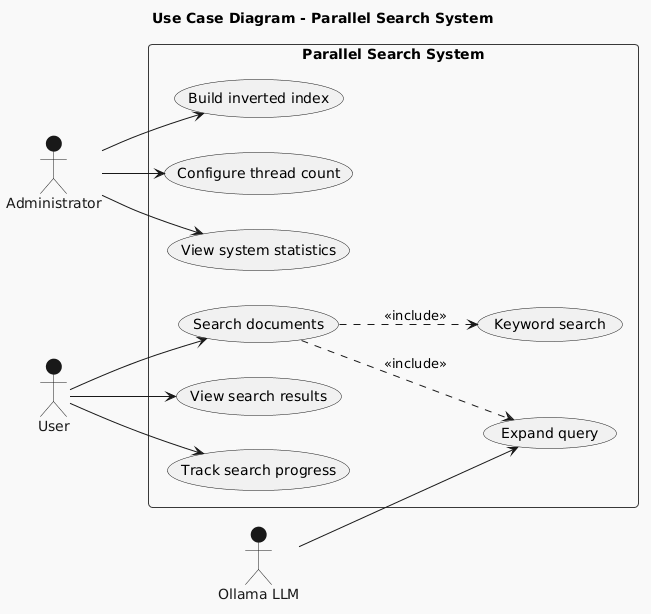
Above: diagrams/Use Case Diagram - Parallel Search System.png in bebroidrur/Coursework_Parallel_Computing (PlantUML), before the change. Its diagram source:
```plantuml
@startuml
!theme mars
left to right direction
skinparam packageStyle rectangle
skinparam shadowing false

title Use Case Diagram - Parallel Search System

actor "Administrator" as Admin
actor "User" as User
actor "Ollama LLM" as LLM

rectangle "Parallel Search System" {

  usecase "Build inverted index" as UC1
  usecase "Configure thread count" as UC2
  usecase "View system statistics" as UC3

  usecase "Search documents" as UC4
  usecase "Expand query" as UC5
  usecase "Keyword search" as UC6
  usecase "View search results" as UC7
  usecase "Track search progress" as UC8

}

Admin --> UC1
Admin --> UC2
Admin --> UC3

User --> UC4
User --> UC7
User --> UC8

UC4 ..> UC5 : <<include>>
UC4 ..> UC6 : <<include>>

LLM --> UC5
@enduml
```
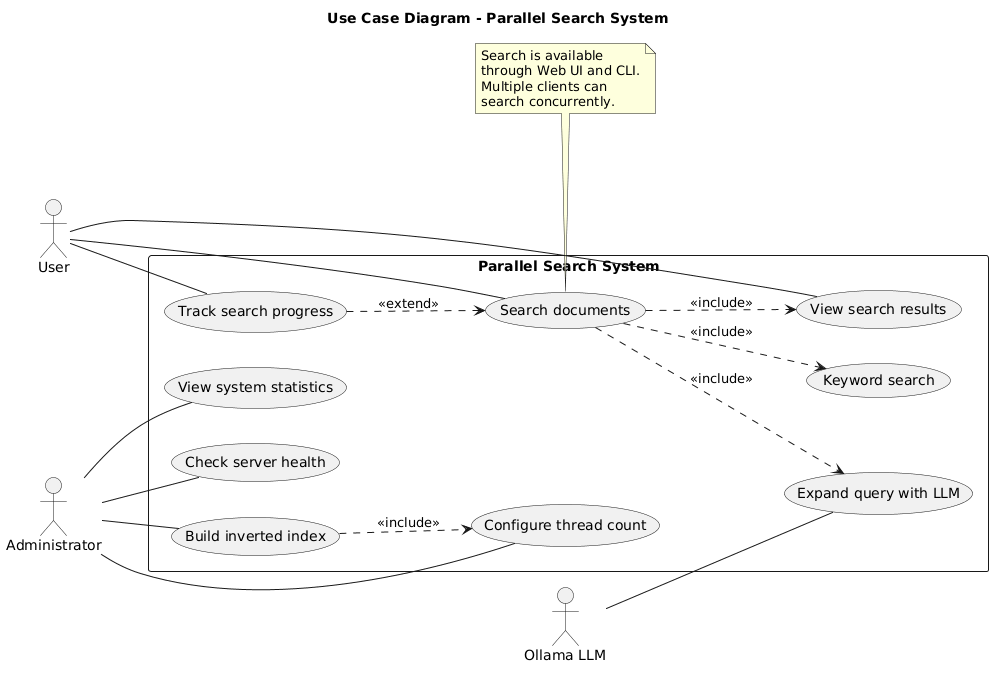
Above is the later version.

Commit message:
docs: refine use case diagram for system model

The edit, as a diff of the source:
```diff
@@ -1,10 +1,9 @@
 @startuml
-!theme mars
+title Use Case Diagram - Parallel Search System
+
 left to right direction
 skinparam packageStyle rectangle
 skinparam shadowing false
-
-title Use Case Diagram - Parallel Search System
 
 actor "Administrator" as Admin
 actor "User" as User
@@ -15,25 +14,38 @@
   usecase "Build inverted index" as UC1
   usecase "Configure thread count" as UC2
   usecase "View system statistics" as UC3
+  usecase "Check server health" as UC4
 
-  usecase "Search documents" as UC4
-  usecase "Expand query" as UC5
-  usecase "Keyword search" as UC6
-  usecase "View search results" as UC7
-  usecase "Track search progress" as UC8
+  usecase "Search documents" as UC5
+  usecase "Expand query with LLM" as UC6
+  usecase "Keyword search" as UC7
+  usecase "View search results" as UC8
+  usecase "Track search progress" as UC9
 
 }
 
-Admin --> UC1
-Admin --> UC2
-Admin --> UC3
+Admin -- UC1
+Admin -- UC2
+Admin -- UC3
+Admin -- UC4
 
-User --> UC4
-User --> UC7
-User --> UC8
+User -- UC5
+User -- UC8
+User -- UC9
 
-UC4 ..> UC5 : <<include>>
-UC4 ..> UC6 : <<include>>
+UC1 ..> UC2 : <<include>>
+UC5 ..> UC6 : <<include>>
+UC5 ..> UC7 : <<include>>
+UC5 ..> UC8 : <<include>>
 
-LLM --> UC5
+UC9 ..> UC5 : <<extend>>
+
+LLM -- UC6
+
+note bottom of UC5
+Search is available
+through Web UI and CLI.
+Multiple clients can
+search concurrently.
+end note
 @enduml
```
